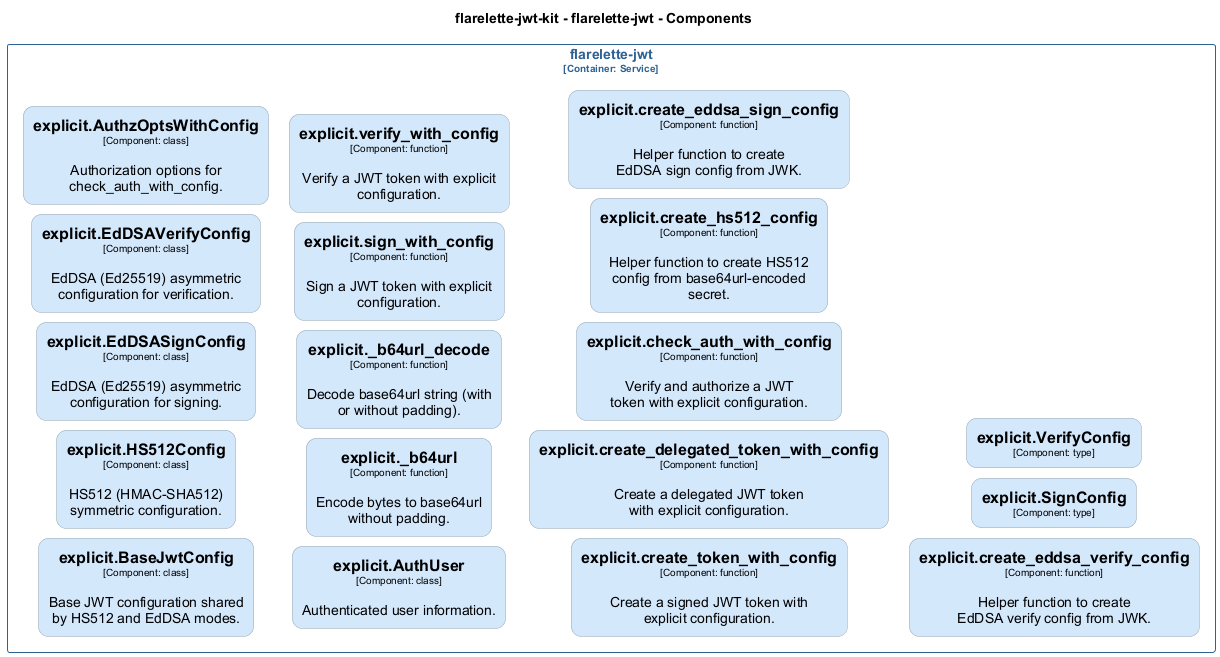
The PlantUML diagram docs/architecture/diagrams/structurizr-Classes_flarelette_jwt__explicit.png in chrislyons-dev/flarelette-jwt-kit, before a commit.
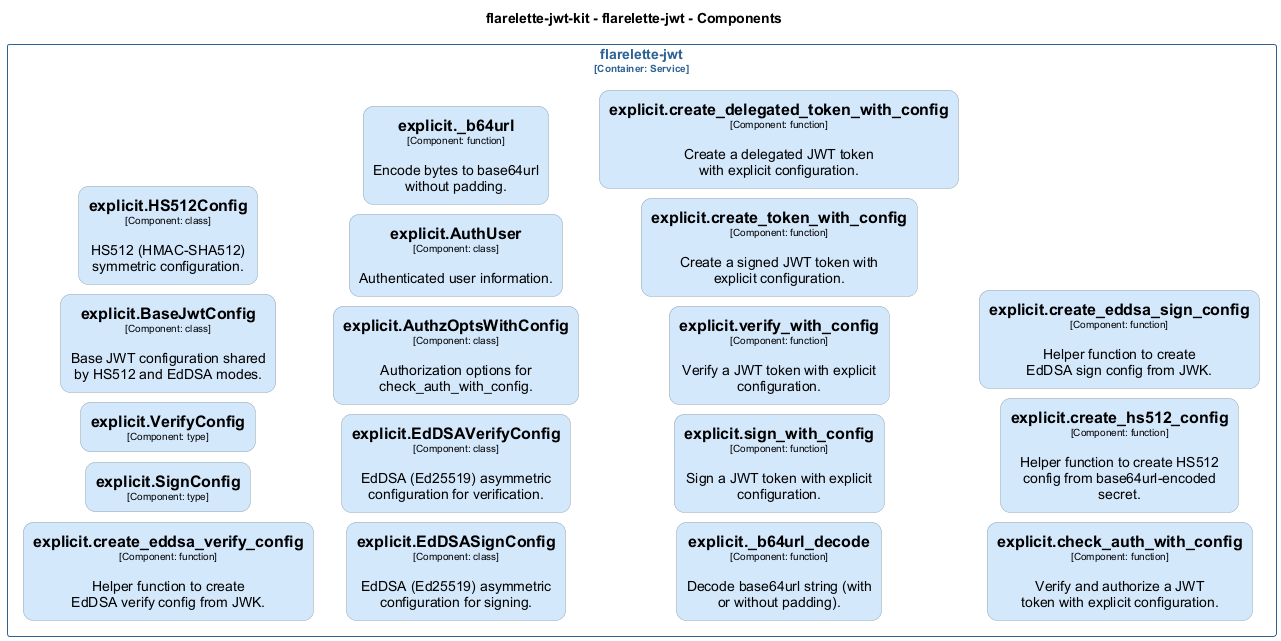
After the change.

What changed in the source:
```diff
@@ -149,6 +149,9 @@
 }
 
 rectangle "flarelette-jwt\n<size:10>[Container: Service]</size>" <<flarelettejwtkit.flarelettejwt>> {
+  rectangle "==explicit.create_eddsa_verify_config\n<size:10>[Component: function]</size>\n\nHelper function to create EdDSA verify config from JWK." <<flarelettejwtkit.flarelettejwt.explicitcreate_eddsa_verify_config>> as flarelettejwtkit.flarelettejwt.explicitcreate_eddsa_verify_config
+  rectangle "==explicit.SignConfig\n<size:10>[Component: type]</size>" <<flarelettejwtkit.flarelettejwt.explicitSignConfig>> as flarelettejwtkit.flarelettejwt.explicitSignConfig
+  rectangle "==explicit.VerifyConfig\n<size:10>[Component: type]</size>" <<flarelettejwtkit.flarelettejwt.explicitVerifyConfig>> as flarelettejwtkit.flarelettejwt.explicitVerifyConfig
   rectangle "==explicit.BaseJwtConfig\n<size:10>[Component: class]</size>\n\nBase JWT configuration shared by HS512 and EdDSA modes." <<flarelettejwtkit.flarelettejwt.explicitBaseJwtConfig>> as flarelettejwtkit.flarelettejwt.explicitBaseJwtConfig
   rectangle "==explicit.HS512Config\n<size:10>[Component: class]</size>\n\nHS512 (HMAC-SHA512) symmetric configuration." <<flarelettejwtkit.flarelettejwt.explicitHS512Config>> as flarelettejwtkit.flarelettejwt.explicitHS512Config
   rectangle "==explicit.EdDSASignConfig\n<size:10>[Component: class]</size>\n\nEdDSA (Ed25519) asymmetric configuration for signing." <<flarelettejwtkit.flarelettejwt.explicitEdDSASignConfig>> as flarelettejwtkit.flarelettejwt.explicitEdDSASignConfig
@@ -164,9 +167,6 @@
   rectangle "==explicit.check_auth_with_config\n<size:10>[Component: function]</size>\n\nVerify and authorize a JWT token with explicit configuration." <<flarelettejwtkit.flarelettejwt.explicitcheck_auth_with_config>> as flarelettejwtkit.flarelettejwt.explicitcheck_auth_with_config
   rectangle "==explicit.create_hs512_config\n<size:10>[Component: function]</size>\n\nHelper function to create HS512 config from base64url-encoded secret." <<flarelettejwtkit.flarelettejwt.explicitcreate_hs512_config>> as flarelettejwtkit.flarelettejwt.explicitcreate_hs512_config
   rectangle "==explicit.create_eddsa_sign_config\n<size:10>[Component: function]</size>\n\nHelper function to create EdDSA sign config from JWK." <<flarelettejwtkit.flarelettejwt.explicitcreate_eddsa_sign_config>> as flarelettejwtkit.flarelettejwt.explicitcreate_eddsa_sign_config
-  rectangle "==explicit.create_eddsa_verify_config\n<size:10>[Component: function]</size>\n\nHelper function to create EdDSA verify config from JWK." <<flarelettejwtkit.flarelettejwt.explicitcreate_eddsa_verify_config>> as flarelettejwtkit.flarelettejwt.explicitcreate_eddsa_verify_config
-  rectangle "==explicit.SignConfig\n<size:10>[Component: type]</size>" <<flarelettejwtkit.flarelettejwt.explicitSignConfig>> as flarelettejwtkit.flarelettejwt.explicitSignConfig
-  rectangle "==explicit.VerifyConfig\n<size:10>[Component: type]</size>" <<flarelettejwtkit.flarelettejwt.explicitVerifyConfig>> as flarelettejwtkit.flarelettejwt.explicitVerifyConfig
 }
 
 @enduml
```
